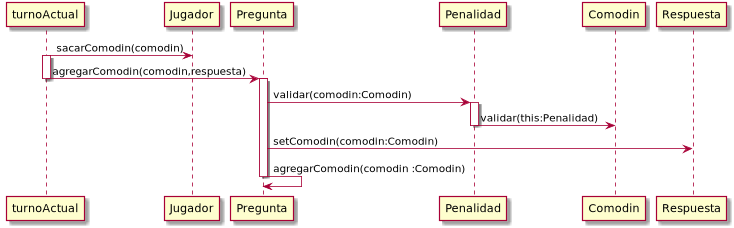
Alex1161/TP2 keeps this PlantUML diagram as src/main/java/edu/fiuba/algo3/Diagramas/png/DS/DSComodin2.png. Above is the earlier version. Source of this version:
```plantuml
@startuml

turnoActual->Jugador:sacarComodin(comodin)
activate turnoActual
turnoActual->Pregunta:agregarComodin(comodin,respuesta)
deactivate turnoActual
activate Pregunta


Pregunta -> Penalidad:validar(comodin:Comodin)
activate Penalidad
Penalidad->Comodin:validar(this:Penalidad)
deactivate Penalidad
Pregunta ->Respuesta:setComodin(comodin:Comodin)
Pregunta ->Pregunta:agregarComodin(comodin :Comodin)
deactivate Pregunta

@enduml
```
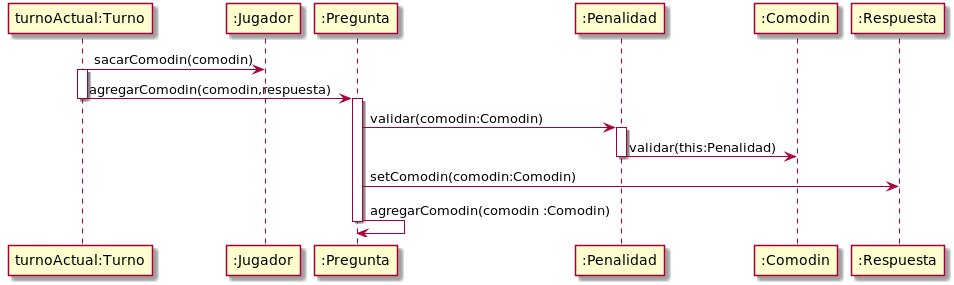
Above is the later version.

Commit message:
diagrama Comodin3 en proceso

What changed in the source:
```diff
@@ -1,18 +1,18 @@
 @startuml
 
-turnoActual->Jugador:sacarComodin(comodin)
-activate turnoActual
-turnoActual->Pregunta:agregarComodin(comodin,respuesta)
-deactivate turnoActual
-activate Pregunta
+"turnoActual:Turno"->":Jugador":sacarComodin(comodin)
+activate "turnoActual:Turno"
+"turnoActual:Turno"->":Pregunta":agregarComodin(comodin,respuesta)
+deactivate "turnoActual:Turno"
+activate ":Pregunta"
 
 
-Pregunta -> Penalidad:validar(comodin:Comodin)
-activate Penalidad
-Penalidad->Comodin:validar(this:Penalidad)
-deactivate Penalidad
-Pregunta ->Respuesta:setComodin(comodin:Comodin)
-Pregunta ->Pregunta:agregarComodin(comodin :Comodin)
-deactivate Pregunta
+":Pregunta" -> ":Penalidad":validar(comodin:Comodin)
+activate ":Penalidad"
+":Penalidad"->":Comodin":validar(this:Penalidad)
+deactivate ":Penalidad"
+":Pregunta" ->":Respuesta":setComodin(comodin:Comodin)
+":Pregunta" ->":Pregunta":agregarComodin(comodin :Comodin)
+deactivate ":Pregunta"
 
 @enduml
```
